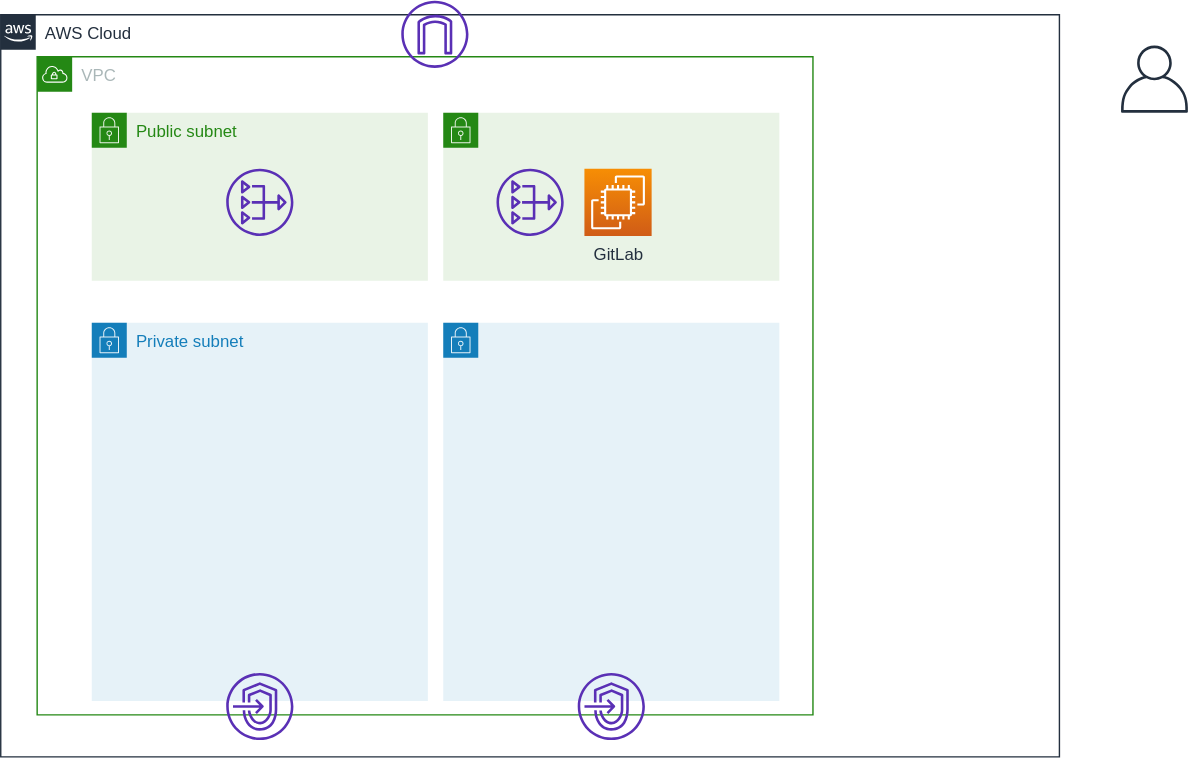
Before: documents/images/use-gitlab.svg, a diagram exported from draw.io (moriryota62/ecs-cicd). Source tidied: cells renumbered, new cells last; positions are measured from the earlier drawing's top-left corner, leaving out a move shared by most shapes.
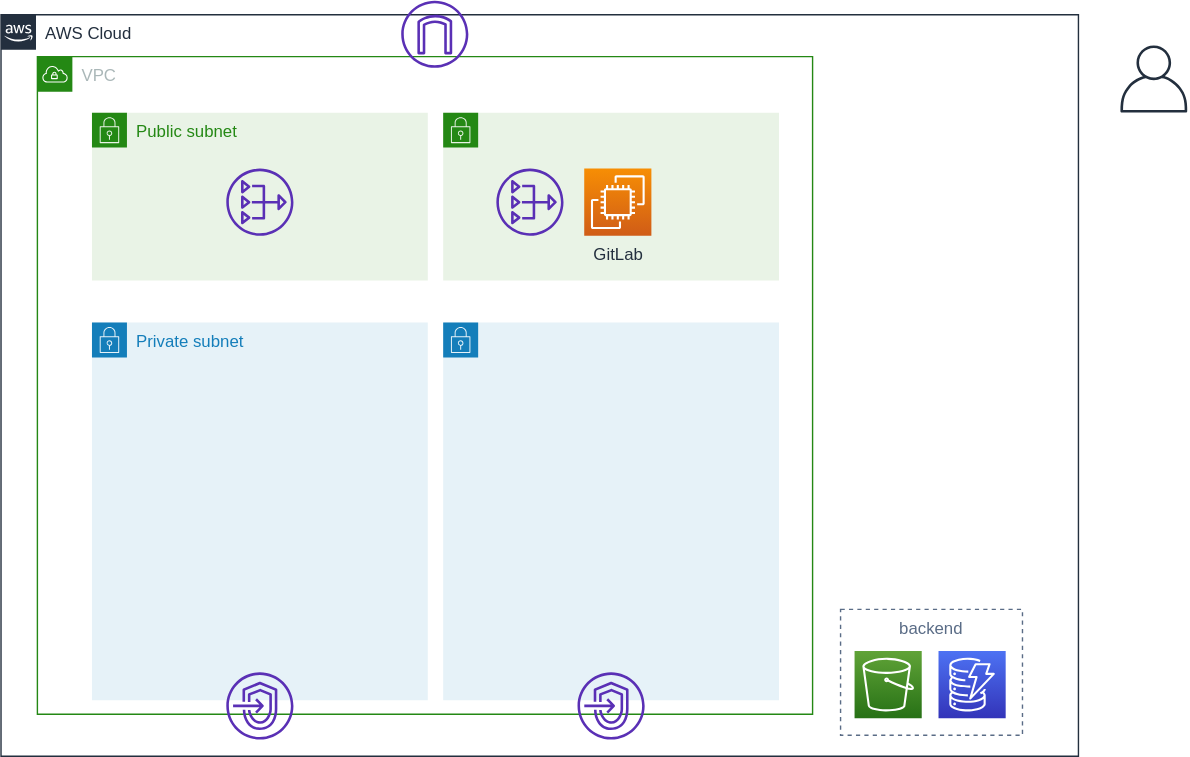
Above is the later version.

Diff of the diagram source:
```diff
@@ -3,7 +3,7 @@
     <mxCell id="0" />
     <mxCell id="1" parent="0" />
     <mxCell id="2" value="AWS Cloud" style="gradientColor=none;html=1;whiteSpace=wrap;fontSize=12;fontStyle=0;shape=mxgraph.aws4.group;grIcon=mxgraph.aws4.group_aws_cloud_alt;strokeColor=#232F3E;fillColor=none;verticalAlign=top;align=left;spacingLeft=30;fontColor=#232F3E;dashed=0;" parent="1" vertex="1">
-      <mxGeometry y="10" width="756" height="530" as="geometry" />
+      <mxGeometry y="10" width="770" height="530" as="geometry" />
     </mxCell>
     <mxCell id="3" value="VPC" style="gradientColor=none;html=1;whiteSpace=wrap;fontSize=12;fontStyle=0;shape=mxgraph.aws4.group;grIcon=mxgraph.aws4.group_vpc;strokeColor=#248814;fillColor=none;verticalAlign=top;align=left;spacingLeft=30;fontColor=#AAB7B8;dashed=0;" parent="1" vertex="1">
       <mxGeometry x="26" y="40" width="554" height="470" as="geometry" />
@@ -26,20 +26,38 @@
     <mxCell id="9" style="gradientColor=none;html=1;whiteSpace=wrap;fontSize=12;fontStyle=0;shape=mxgraph.aws4.group;grIcon=mxgraph.aws4.group_security_group;grStroke=0;strokeColor=#147EBA;fillColor=#E6F2F8;verticalAlign=top;align=left;spacingLeft=30;fontColor=#147EBA;dashed=0;" parent="1" vertex="1">
       <mxGeometry x="316" y="230" width="240" height="270" as="geometry" />
     </mxCell>
-    <mxCell id="10" style="fontColor=#232F3E;gradientColor=none;fillColor=#5A30B5;strokeColor=none;dashed=0;verticalLabelPosition=bottom;verticalAlign=top;align=center;html=1;fontSize=12;fontStyle=0;shape=mxgraph.aws4.nat_gateway;" parent="1" vertex="1">
-      <mxGeometry x="161" y="120" width="48" height="48" as="geometry" />
+    <mxCell id="10" style="edgeStyle=orthogonalEdgeStyle;rounded=0;orthogonalLoop=1;jettySize=auto;html=1;exitX=0.5;exitY=1;exitDx=0;exitDy=0;" parent="1" edge="1">
+      <mxGeometry relative="1" as="geometry">
+        <mxPoint x="310.5" y="450" as="sourcePoint" />
+        <mxPoint x="310.5" y="450" as="targetPoint" />
+      </mxGeometry>
     </mxCell>
-    <mxCell id="11" style="fontColor=#232F3E;gradientColor=none;fillColor=#5A30B5;strokeColor=none;dashed=0;verticalLabelPosition=bottom;verticalAlign=top;align=center;html=1;fontSize=12;fontStyle=0;shape=mxgraph.aws4.endpoints;" parent="1" vertex="1">
-      <mxGeometry x="161" y="480" width="48" height="48" as="geometry" />
+    <mxCell id="11" style="fontColor=#232F3E;gradientColor=none;fillColor=#5A30B5;strokeColor=none;dashed=0;verticalLabelPosition=bottom;verticalAlign=top;align=center;html=1;fontSize=12;fontStyle=0;shape=mxgraph.aws4.nat_gateway;" parent="1" vertex="1">
+      <mxGeometry x="161" y="120" width="48" height="48" as="geometry" />
     </mxCell>
     <mxCell id="12" style="fontColor=#232F3E;gradientColor=none;fillColor=#5A30B5;strokeColor=none;dashed=0;verticalLabelPosition=bottom;verticalAlign=top;align=center;html=1;fontSize=12;fontStyle=0;shape=mxgraph.aws4.endpoints;" parent="1" vertex="1">
-      <mxGeometry x="412" y="480" width="48" height="48" as="geometry" />
+      <mxGeometry x="161" y="480" width="48" height="48" as="geometry" />
     </mxCell>
-    <mxCell id="13" style="fontColor=#232F3E;gradientColor=none;fillColor=#5A30B5;strokeColor=none;dashed=0;verticalLabelPosition=bottom;verticalAlign=top;align=center;html=1;fontSize=12;fontStyle=0;shape=mxgraph.aws4.nat_gateway;" parent="1" vertex="1">
-      <mxGeometry x="354" y="120" width="48" height="48" as="geometry" />
+    <mxCell id="13" style="fontColor=#232F3E;gradientColor=none;fillColor=#5A30B5;strokeColor=none;dashed=0;verticalLabelPosition=bottom;verticalAlign=top;align=center;html=1;fontSize=12;fontStyle=0;shape=mxgraph.aws4.endpoints;" parent="1" vertex="1">
+      <mxGeometry x="412" y="480" width="48" height="48" as="geometry" />
     </mxCell>
-    <mxCell id="14" style="fontColor=#232F3E;gradientColor=none;fillColor=#232F3E;strokeColor=none;dashed=0;verticalLabelPosition=bottom;verticalAlign=top;align=center;html=1;fontSize=12;fontStyle=0;shape=mxgraph.aws4.user;" parent="1" vertex="1">
-      <mxGeometry x="800" y="32" width="48" height="48" as="geometry" />
+    <mxCell id="14" style="fontColor=#232F3E;gradientColor=none;fillColor=#5A30B5;strokeColor=none;dashed=0;verticalLabelPosition=bottom;verticalAlign=top;align=center;html=1;fontSize=12;fontStyle=0;shape=mxgraph.aws4.nat_gateway;" parent="1" vertex="1">
+      <mxGeometry x="354" y="120" width="48" height="48" as="geometry" />
     </mxCell>
+    <mxCell id="15" style="fontColor=#232F3E;gradientColor=none;fillColor=#232F3E;strokeColor=none;dashed=0;verticalLabelPosition=bottom;verticalAlign=top;align=center;html=1;fontSize=12;fontStyle=0;shape=mxgraph.aws4.user;" parent="1" vertex="1">
+      <mxGeometry x="800" y="32" width="48" height="48" as="geometry" />
+    </mxCell>
+    <mxCell id="16" style="group;" parent="1" vertex="1">
+      <mxGeometry x="600" y="435" width="130" height="90" as="geometry" />
+    </mxCell>
+    <mxCell id="17" style="fontColor=#232F3E;gradientColor=#4D72F3;gradientDirection=north;fillColor=#3334B9;strokeColor=#ffffff;dashed=0;verticalLabelPosition=bottom;verticalAlign=top;align=center;html=1;fontSize=12;fontStyle=0;shape=mxgraph.aws4.resourceIcon;resIcon=mxgraph.aws4.dynamodb;" parent="16" vertex="1">
+      <mxGeometry x="70" y="29.8" width="48" height="48" as="geometry" />
+    </mxCell>
+    <mxCell id="18" style="fontColor=#232F3E;gradientColor=#60A337;gradientDirection=north;fillColor=#277116;strokeColor=#ffffff;dashed=0;verticalLabelPosition=bottom;verticalAlign=top;align=center;html=1;fontSize=12;fontStyle=0;shape=mxgraph.aws4.resourceIcon;resIcon=mxgraph.aws4.s3;" parent="16" vertex="1">
+      <mxGeometry x="10" y="29.8" width="48" height="48" as="geometry" />
+    </mxCell>
+    <mxCell id="19" value="backend" style="fillColor=none;strokeColor=#5A6C86;dashed=1;verticalAlign=top;fontStyle=0;fontColor=#5A6C86;" parent="16" vertex="1">
+      <mxGeometry width="130" height="90" as="geometry" />
+    </mxCell>
   </root>
 </mxGraphModel>
```
